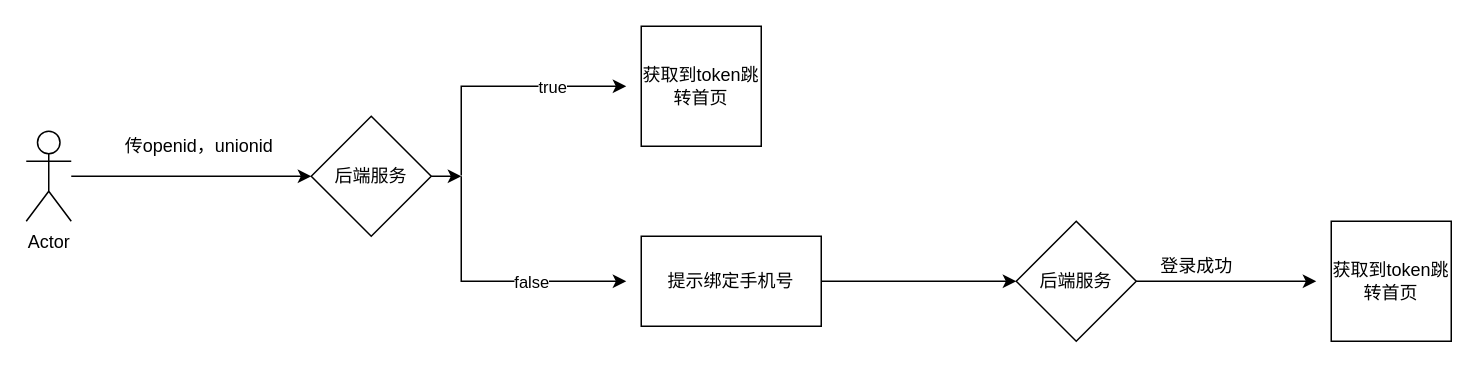
The draw.io diagram test.drawio in ChengyangLei/diagrams, before the edit. Source tidied: cells renumbered, new cells numbered last; positions are measured from the earlier drawing's top-left corner, leaving out a move shared by most shapes. Both pictures are drawn from the tidied source at 150%, with x=0, y=0 at pixel (26, 26).
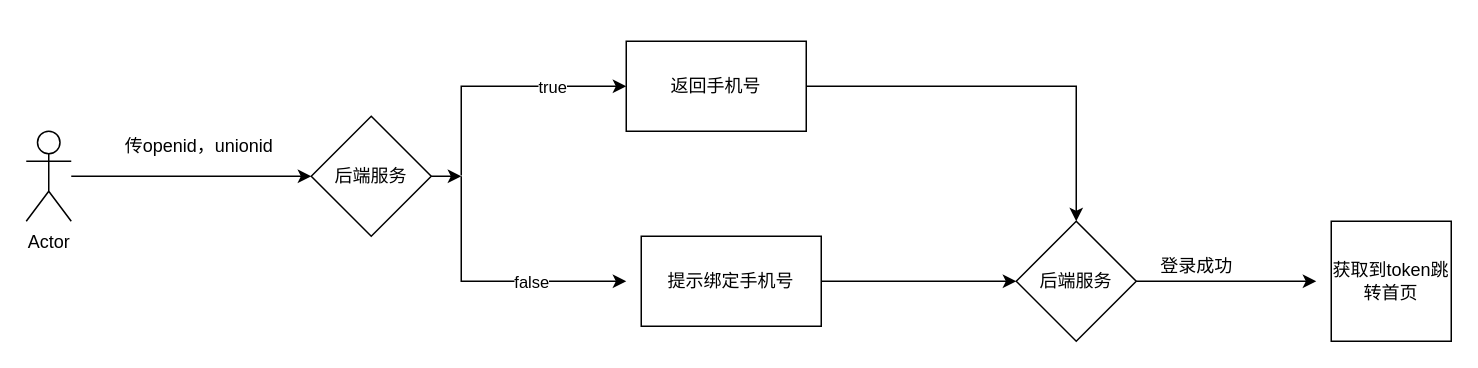
The same diagram, later.

The change refers to these unchanged cells:
```xml
<mxCell id="15" value="后端服务" style="rhombus;whiteSpace=wrap;html=1;" parent="1" vertex="1">
  <mxGeometry x="660" y="130" width="80" height="80" as="geometry" />
</mxCell>
```

What changed in the source:
```diff
@@
-    <mxCell id="9" value="获取到token跳转首页" style="whiteSpace=wrap;html=1;" parent="1" vertex="1">
-      <mxGeometry x="410" width="80" height="80" as="geometry" />
-    </mxCell>
@@
+    <mxCell id="18" style="edgeStyle=orthogonalEdgeStyle;rounded=0;jettySize=auto;html=1;entryX=0.5;entryY=0;entryDx=0;entryDy=0;" parent="1" edge="1" source="19" target="15">
+      <mxGeometry relative="1" as="geometry" />
+    </mxCell>
+    <mxCell id="19" value="返回手机号" style="rounded=0;whiteSpace=wrap;html=1;" parent="1" vertex="1">
+      <mxGeometry x="400" y="10" width="120" height="60" as="geometry" />
+    </mxCell>
```
